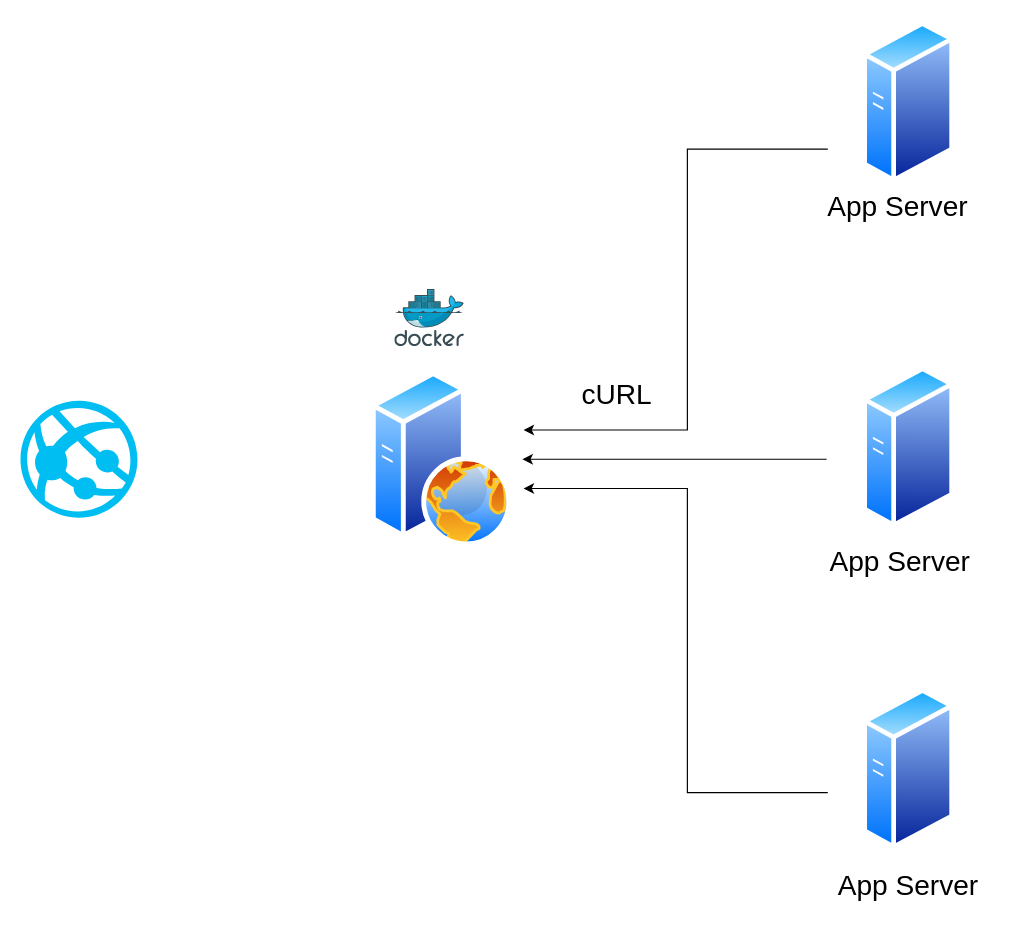
Above: Topologi web monitoring backup harian.drawio in solitarymahen/topologi (draw.io), before the change. Source tidied: cells renumbered, new cells numbered last; positions are measured from the earlier drawing's top-left corner, leaving out a move shared by most shapes. Both pictures are drawn from the tidied source at 117%, with x=0, y=0 at pixel (20, 20).
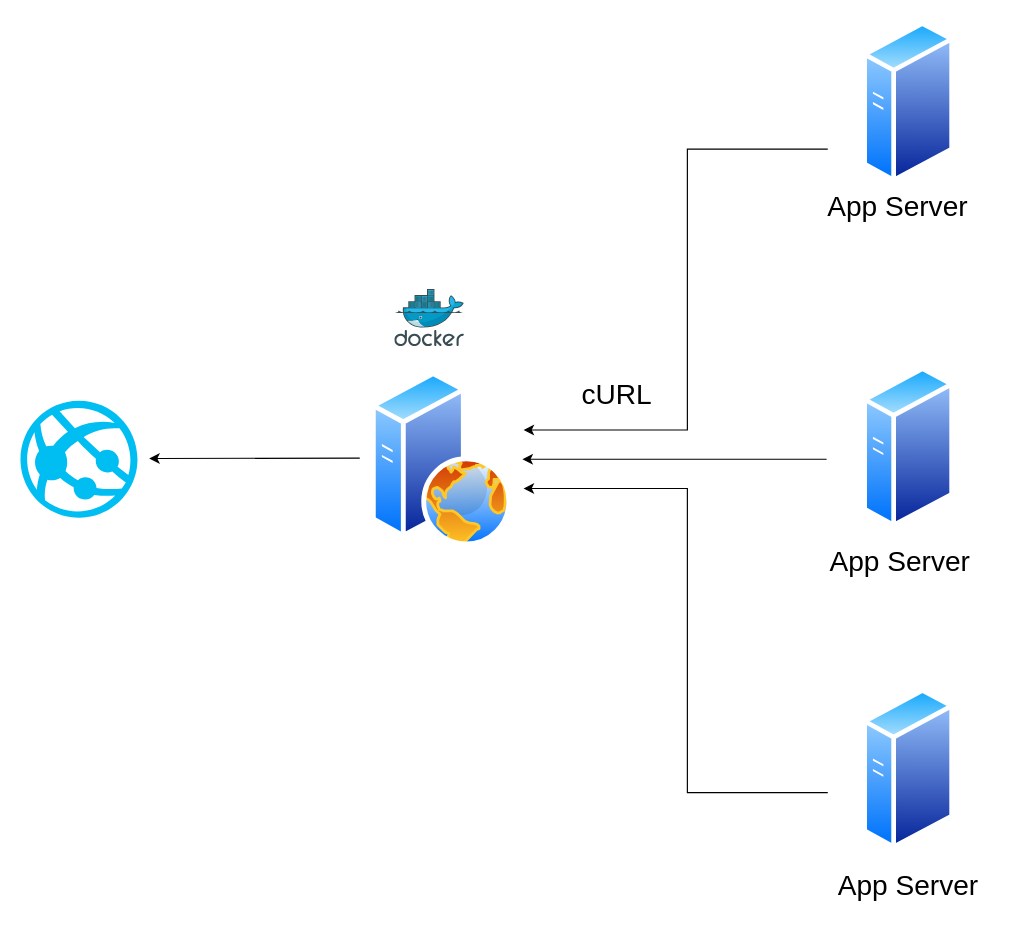
The same page after the edit.

What changed in the source:
```diff
@@
+    <mxCell id="15" style="endArrow=classic;html=1;rounded=0;" parent="1" edge="1">
+      <mxGeometry relative="1" as="geometry">
+        <mxPoint x="290" y="374" as="sourcePoint" />
+        <mxPoint x="110" y="374.4" as="targetPoint" />
+      </mxGeometry>
+    </mxCell>
```
